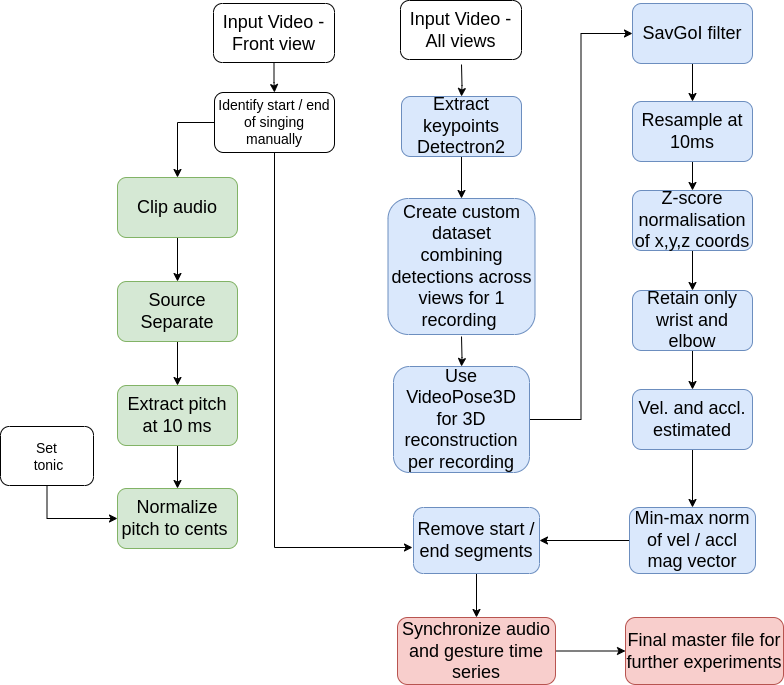
The draw.io diagram Process3D.png in sujoyrc/hindustani_raga_dataset_processing, before a commit. Source tidied: cells renumbered, new cells last; positions are measured from the earlier drawing's top-left corner, leaving out a move shared by most shapes.
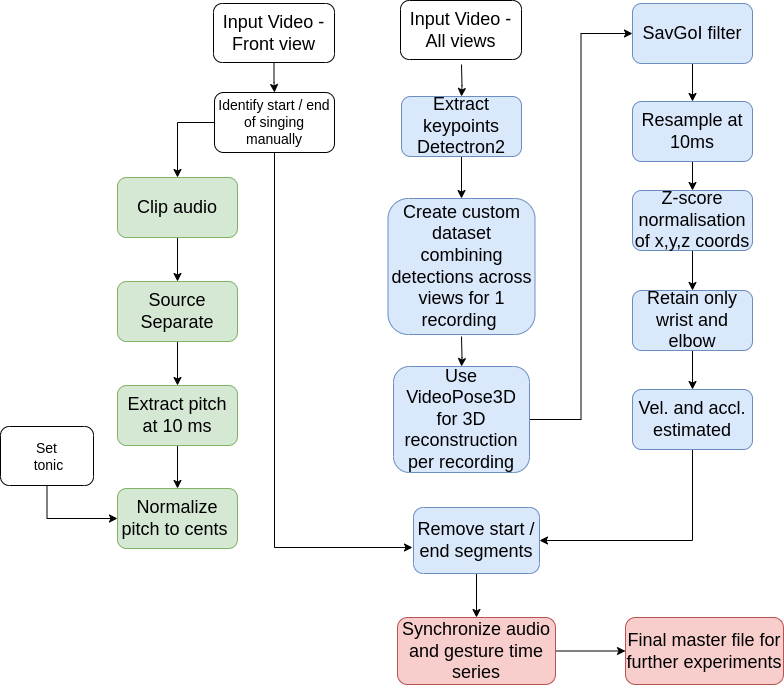
After the commit.

Change to the diagram source:
```diff
@@ -63,18 +63,12 @@
     <mxCell id="20" value="Retain only wrist and elbow" style="rounded=1;whiteSpace=wrap;html=1;fontSize=18;fillColor=#dae8fc;strokeColor=#6c8ebf;" parent="1" vertex="1">
       <mxGeometry x="632" y="290" width="120" height="60" as="geometry" />
     </mxCell>
-    <mxCell id="21" style="edgeStyle=orthogonalEdgeStyle;rounded=0;jettySize=auto;html=1;" parent="1" edge="1" source="22" target="24">
-      <mxGeometry relative="1" as="geometry" />
-    </mxCell>
+    <mxCell id="41" style="edgeStyle=orthogonalEdgeStyle;rounded=0;jettySize=auto;html=1;exitX=0.5;exitY=1;exitDx=0;exitDy=0;entryX=1;entryY=0.5;entryDx=0;entryDy=0;" parent="1" edge="1" source="22" target="33">
+      <mxGeometry relative="1" as="geometry" />
+    </mxCell>
     <mxCell id="22" value="Vel. and accl. estimated" style="rounded=1;whiteSpace=wrap;html=1;fontSize=18;fillColor=#dae8fc;strokeColor=#6c8ebf;" parent="1" vertex="1">
       <mxGeometry x="632" y="389" width="120" height="60" as="geometry" />
     </mxCell>
-    <mxCell id="23" style="edgeStyle=orthogonalEdgeStyle;rounded=0;jettySize=auto;html=1;exitX=0;exitY=0.5;exitDx=0;exitDy=0;entryX=1;entryY=0.5;entryDx=0;entryDy=0;" parent="1" edge="1" source="24" target="33">
-      <mxGeometry relative="1" as="geometry" />
-    </mxCell>
-    <mxCell id="24" value="Min-max norm of vel / accl mag vector" style="rounded=1;whiteSpace=wrap;html=1;fontSize=18;fillColor=#dae8fc;strokeColor=#6c8ebf;" parent="1" vertex="1">
-      <mxGeometry x="629" y="507" width="126" height="66" as="geometry" />
-    </mxCell>
     <mxCell id="25" style="edgeStyle=orthogonalEdgeStyle;rounded=0;jettySize=auto;html=1;exitX=0;exitY=0.5;exitDx=0;exitDy=0;entryX=0.5;entryY=0;entryDx=0;entryDy=0;" parent="1" edge="1" source="26" target="28">
       <mxGeometry relative="1" as="geometry" />
     </mxCell>
```
